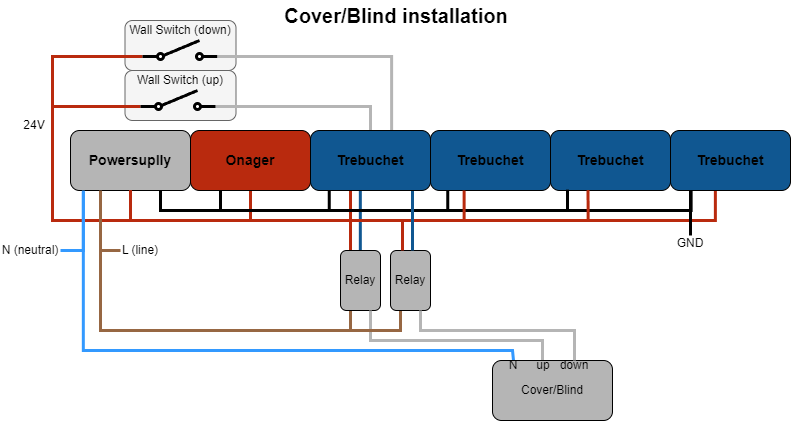
Feudal-Project/OpenDINRail keeps this draw.io diagram as images/OpenDINRail-simple-schematic-cover.png. Above is the earlier version. Source tidied: cells renumbered, new cells last; positions are measured from the earlier drawing's top-left corner, leaving out a move shared by most shapes. The source it was exported from:
```xml
<mxGraphModel>
  <root>
    <mxCell id="0" />
    <mxCell id="1" parent="0" />
    <mxCell id="2" style="rounded=1;whiteSpace=wrap;html=1;fillColor=#f5f5f5;fontColor=#333333;strokeColor=#666666;" parent="1" vertex="1">
      <mxGeometry x="124.5" y="70" width="111" height="50" as="geometry" />
    </mxCell>
    <mxCell id="3" style="rounded=1;whiteSpace=wrap;html=1;fillColor=#f5f5f5;fontColor=#333333;strokeColor=#666666;" parent="1" vertex="1">
      <mxGeometry x="124.5" y="20" width="111" height="50" as="geometry" />
    </mxCell>
    <mxCell id="4" style="edgeStyle=orthogonalEdgeStyle;rounded=0;jettySize=auto;html=1;exitX=0.75;exitY=1;exitDx=0;exitDy=0;entryX=0.25;entryY=1;entryDx=0;entryDy=0;endArrow=none;endFill=0;strokeWidth=3;" parent="1" edge="1" source="9" target="10">
      <mxGeometry relative="1" as="geometry" />
    </mxCell>
    <mxCell id="5" style="edgeStyle=orthogonalEdgeStyle;rounded=0;jettySize=auto;html=1;exitX=0.5;exitY=1;exitDx=0;exitDy=0;entryX=0.5;entryY=1;entryDx=0;entryDy=0;endArrow=none;endFill=0;strokeColor=#B92A0E;strokeWidth=3;" parent="1" edge="1" source="9" target="10">
      <mxGeometry relative="1" as="geometry">
        <Array as="points">
          <mxPoint x="130" y="220" />
          <mxPoint x="250" y="220" />
        </Array>
      </mxGeometry>
    </mxCell>
    <mxCell id="6" style="edgeStyle=orthogonalEdgeStyle;rounded=0;jettySize=auto;html=1;exitX=0.5;exitY=1;exitDx=0;exitDy=0;entryX=0.333;entryY=0.974;entryDx=0;entryDy=0;entryPerimeter=0;endArrow=none;endFill=0;strokeColor=#B92A0E;strokeWidth=3;" parent="1" edge="1" source="9" target="51">
      <mxGeometry relative="1" as="geometry">
        <Array as="points">
          <mxPoint x="130" y="220" />
          <mxPoint x="350" y="220" />
        </Array>
      </mxGeometry>
    </mxCell>
    <mxCell id="7" style="edgeStyle=orthogonalEdgeStyle;rounded=0;jettySize=auto;html=1;exitX=0.25;exitY=1;exitDx=0;exitDy=0;endArrow=none;endFill=0;strokeColor=#976743;entryX=0;entryY=0.5;entryDx=0;entryDy=0;strokeWidth=3;" parent="1" edge="1" source="9" target="27">
      <mxGeometry relative="1" as="geometry">
        <Array as="points">
          <mxPoint x="100" y="250" />
        </Array>
      </mxGeometry>
    </mxCell>
    <mxCell id="8" style="edgeStyle=orthogonalEdgeStyle;rounded=0;jettySize=auto;html=1;exitX=0.5;exitY=1;exitDx=0;exitDy=0;entryX=0;entryY=0.8;entryDx=0;entryDy=0;endArrow=none;endFill=0;strokeColor=#B92A0E;strokeWidth=3;" parent="1" edge="1" source="9" target="31">
      <mxGeometry relative="1" as="geometry">
        <Array as="points">
          <mxPoint x="130" y="220" />
          <mxPoint x="52" y="220" />
          <mxPoint x="52" y="106" />
        </Array>
      </mxGeometry>
    </mxCell>
    <mxCell id="9" value="Powersuplly" style="rounded=1;whiteSpace=wrap;html=1;fontStyle=1;fontSize=14;fillColor=#B5B5B5;" parent="1" vertex="1">
      <mxGeometry x="70" y="130" width="120" height="60" as="geometry" />
    </mxCell>
    <mxCell id="10" value="Onager" style="rounded=1;whiteSpace=wrap;html=1;fillColor=#b92a0e;fontStyle=1;fontSize=14;" parent="1" vertex="1">
      <mxGeometry x="190" y="130" width="120" height="60" as="geometry" />
    </mxCell>
    <mxCell id="11" style="edgeStyle=orthogonalEdgeStyle;rounded=0;orthogonalLoop=1;jettySize=auto;html=1;exitX=0.5;exitY=1;exitDx=0;exitDy=0;entryX=0.75;entryY=0;entryDx=0;entryDy=0;endArrow=none;endFill=0;strokeColor=#105791;strokeWidth=3;" parent="1" edge="1">
      <mxGeometry relative="1" as="geometry">
        <mxPoint x="359.8" y="190" as="sourcePoint" />
        <mxPoint x="359.8" y="250" as="targetPoint" />
      </mxGeometry>
    </mxCell>
    <mxCell id="12" style="edgeStyle=orthogonalEdgeStyle;rounded=0;jettySize=auto;html=1;exitX=0.5;exitY=0;exitDx=0;exitDy=0;entryX=1;entryY=0.8;entryDx=0;entryDy=0;endArrow=none;endFill=0;strokeColor=#B5B5B5;strokeWidth=3;" parent="1" edge="1" source="51" target="31">
      <mxGeometry relative="1" as="geometry">
        <Array as="points">
          <mxPoint x="370" y="106" />
        </Array>
      </mxGeometry>
    </mxCell>
    <mxCell id="13" value="Trebuchet" style="rounded=1;whiteSpace=wrap;html=1;fillColor=#105791;fontStyle=1;fontSize=14;" parent="1" vertex="1">
      <mxGeometry x="430" y="130" width="120" height="60" as="geometry" />
    </mxCell>
    <mxCell id="14" value="Trebuchet" style="rounded=1;whiteSpace=wrap;html=1;fillColor=#105791;fontStyle=1;fontSize=14;" parent="1" vertex="1">
      <mxGeometry x="550" y="130" width="120" height="60" as="geometry" />
    </mxCell>
    <mxCell id="15" value="Trebuchet" style="rounded=1;whiteSpace=wrap;html=1;fillColor=#105791;fontStyle=1;fontSize=14;" parent="1" vertex="1">
      <mxGeometry x="670" y="130" width="120" height="60" as="geometry" />
    </mxCell>
    <mxCell id="16" style="edgeStyle=orthogonalEdgeStyle;rounded=0;jettySize=auto;html=1;exitX=0.25;exitY=0;exitDx=0;exitDy=0;entryX=0.5;entryY=1;entryDx=0;entryDy=0;endArrow=none;endFill=0;strokeColor=#B92A0E;strokeWidth=3;" parent="1" edge="1" source="18" target="9">
      <mxGeometry relative="1" as="geometry">
        <Array as="points">
          <mxPoint x="350" y="220" />
          <mxPoint x="130" y="220" />
        </Array>
      </mxGeometry>
    </mxCell>
    <mxCell id="17" style="edgeStyle=orthogonalEdgeStyle;rounded=0;jettySize=auto;html=1;exitX=0.25;exitY=1;exitDx=0;exitDy=0;entryX=0.25;entryY=1;entryDx=0;entryDy=0;endArrow=none;endFill=0;strokeColor=#976743;strokeWidth=3;" parent="1" edge="1" source="18" target="9">
      <mxGeometry relative="1" as="geometry" />
    </mxCell>
    <mxCell id="18" value="Relay" style="rounded=1;whiteSpace=wrap;html=1;fillColor=#B5B5B5;" parent="1" vertex="1">
      <mxGeometry x="340" y="250" width="40" height="60" as="geometry" />
    </mxCell>
    <mxCell id="19" style="edgeStyle=orthogonalEdgeStyle;rounded=0;jettySize=auto;html=1;exitX=0.75;exitY=1;exitDx=0;exitDy=0;entryX=0.156;entryY=0.988;entryDx=0;entryDy=0;entryPerimeter=0;endArrow=none;endFill=0;strokeWidth=3;" parent="1" edge="1" source="9" target="51">
      <mxGeometry relative="1" as="geometry" />
    </mxCell>
    <mxCell id="20" style="edgeStyle=orthogonalEdgeStyle;rounded=0;jettySize=auto;html=1;exitX=0.75;exitY=1;exitDx=0;exitDy=0;entryX=0.144;entryY=1.008;entryDx=0;entryDy=0;entryPerimeter=0;endArrow=none;endFill=0;strokeWidth=3;" parent="1" edge="1" source="9" target="13">
      <mxGeometry relative="1" as="geometry" />
    </mxCell>
    <mxCell id="21" style="edgeStyle=orthogonalEdgeStyle;rounded=0;jettySize=auto;html=1;exitX=0.75;exitY=1;exitDx=0;exitDy=0;entryX=0.142;entryY=0.985;entryDx=0;entryDy=0;entryPerimeter=0;endArrow=none;endFill=0;strokeWidth=3;" parent="1" edge="1" source="9" target="14">
      <mxGeometry relative="1" as="geometry" />
    </mxCell>
    <mxCell id="22" style="edgeStyle=orthogonalEdgeStyle;rounded=0;jettySize=auto;html=1;exitX=0.75;exitY=1;exitDx=0;exitDy=0;entryX=0.172;entryY=0.994;entryDx=0;entryDy=0;entryPerimeter=0;endArrow=none;endFill=0;strokeWidth=3;" parent="1" edge="1" source="9" target="15">
      <mxGeometry relative="1" as="geometry" />
    </mxCell>
    <mxCell id="23" style="edgeStyle=orthogonalEdgeStyle;rounded=0;jettySize=auto;html=1;exitX=0.5;exitY=1;exitDx=0;exitDy=0;entryX=0.28;entryY=1;entryDx=0;entryDy=0;entryPerimeter=0;endArrow=none;endFill=0;strokeColor=#B92A0E;strokeWidth=3;" parent="1" edge="1" source="9" target="13">
      <mxGeometry relative="1" as="geometry">
        <Array as="points">
          <mxPoint x="130" y="220" />
          <mxPoint x="464" y="220" />
        </Array>
      </mxGeometry>
    </mxCell>
    <mxCell id="24" style="edgeStyle=orthogonalEdgeStyle;rounded=0;jettySize=auto;html=1;exitX=0.5;exitY=1;exitDx=0;exitDy=0;entryX=0.313;entryY=0.994;entryDx=0;entryDy=0;entryPerimeter=0;endArrow=none;endFill=0;strokeColor=#B92A0E;strokeWidth=3;" parent="1" edge="1" source="9" target="14">
      <mxGeometry relative="1" as="geometry">
        <Array as="points">
          <mxPoint x="130" y="220" />
          <mxPoint x="588" y="220" />
        </Array>
      </mxGeometry>
    </mxCell>
    <mxCell id="25" style="edgeStyle=orthogonalEdgeStyle;rounded=0;jettySize=auto;html=1;exitX=0.5;exitY=1;exitDx=0;exitDy=0;entryX=0.374;entryY=1.008;entryDx=0;entryDy=0;entryPerimeter=0;strokeColor=#B92A0E;endArrow=none;endFill=0;strokeWidth=3;" parent="1" edge="1" source="9" target="15">
      <mxGeometry relative="1" as="geometry">
        <Array as="points">
          <mxPoint x="130" y="220" />
          <mxPoint x="715" y="220" />
        </Array>
      </mxGeometry>
    </mxCell>
    <mxCell id="26" style="edgeStyle=orthogonalEdgeStyle;rounded=0;jettySize=auto;html=1;exitX=0.75;exitY=1;exitDx=0;exitDy=0;entryX=0.5;entryY=0;entryDx=0;entryDy=0;endArrow=none;endFill=0;strokeColor=#B5B5B5;strokeWidth=3;" parent="1" edge="1" source="18" target="43">
      <mxGeometry relative="1" as="geometry">
        <Array as="points">
          <mxPoint x="370" y="340" />
          <mxPoint x="542" y="340" />
          <mxPoint x="542" y="360" />
        </Array>
      </mxGeometry>
    </mxCell>
    <mxCell id="27" value="L (line)" style="text;html=1;align=center;verticalAlign=middle;whiteSpace=wrap;rounded=0;" parent="1" vertex="1">
      <mxGeometry x="120" y="240" width="40" height="20" as="geometry" />
    </mxCell>
    <mxCell id="28" style="endArrow=none;html=1;rounded=0;exitX=0.5;exitY=0;exitDx=0;exitDy=0;edgeStyle=orthogonalEdgeStyle;entryX=0.107;entryY=1;entryDx=0;entryDy=0;entryPerimeter=0;endFill=0;strokeColor=#3399FF;strokeWidth=3;" parent="1" edge="1" source="45" target="9">
      <mxGeometry relative="1" as="geometry">
        <Array as="points">
          <mxPoint x="512" y="360" />
          <mxPoint x="512" y="350" />
          <mxPoint x="83" y="350" />
        </Array>
      </mxGeometry>
    </mxCell>
    <mxCell id="29" style="endArrow=none;html=1;rounded=0;entryX=0.107;entryY=1.02;entryDx=0;entryDy=0;entryPerimeter=0;edgeStyle=orthogonalEdgeStyle;strokeColor=#3399FF;strokeWidth=3;exitX=1;exitY=0.5;exitDx=0;exitDy=0;" parent="1" edge="1" source="30" target="9">
      <mxGeometry relative="1" as="geometry">
        <Array as="points">
          <mxPoint x="83" y="250" />
        </Array>
      </mxGeometry>
    </mxCell>
    <mxCell id="30" value="N (neutral)" style="text;html=1;align=center;verticalAlign=middle;whiteSpace=wrap;rounded=0;" parent="1" vertex="1">
      <mxGeometry y="240" width="60" height="20" as="geometry" />
    </mxCell>
    <mxCell id="31" style="html=1;shape=mxgraph.electrical.electro-mechanical.singleSwitch;elSwitchState=off;strokeWidth=3;" parent="1" vertex="1">
      <mxGeometry x="140" y="90" width="75" height="20" as="geometry" />
    </mxCell>
    <mxCell id="32" value="Wall Switch (up)" style="text;html=1;align=center;verticalAlign=middle;whiteSpace=wrap;rounded=0;" parent="1" vertex="1">
      <mxGeometry x="135" y="70" width="90" height="20" as="geometry" />
    </mxCell>
    <mxCell id="33" value="24V" style="text;html=1;align=center;verticalAlign=middle;whiteSpace=wrap;rounded=0;" parent="1" vertex="1">
      <mxGeometry x="20" y="120" width="28" height="10" as="geometry" />
    </mxCell>
    <mxCell id="34" value="GND" style="text;html=1;align=center;verticalAlign=middle;whiteSpace=wrap;rounded=0;" parent="1" vertex="1">
      <mxGeometry x="670" y="235" width="40" height="15" as="geometry" />
    </mxCell>
    <mxCell id="35" style="endArrow=none;html=1;rounded=0;exitX=0.5;exitY=0;exitDx=0;exitDy=0;strokeWidth=3;" parent="1" edge="1" source="34">
      <mxGeometry relative="1" as="geometry">
        <mxPoint x="690" y="190" as="targetPoint" />
      </mxGeometry>
    </mxCell>
    <mxCell id="36" value="&lt;font style=&quot;font-size: 20px;&quot;&gt;&lt;b&gt;Cover/Blind installation&lt;/b&gt;&lt;/font&gt;" style="text;html=1;align=center;verticalAlign=middle;whiteSpace=wrap;rounded=0;" parent="1" vertex="1">
      <mxGeometry x="266" width="260" height="30" as="geometry" />
    </mxCell>
    <mxCell id="37" style="edgeStyle=orthogonalEdgeStyle;rounded=0;jettySize=auto;html=1;exitX=0.25;exitY=1;exitDx=0;exitDy=0;endArrow=none;endFill=0;strokeWidth=3;strokeColor=#976743;" parent="1" edge="1" source="38">
      <mxGeometry relative="1" as="geometry">
        <mxPoint x="322" y="330" as="targetPoint" />
        <Array as="points">
          <mxPoint x="400" y="330" />
        </Array>
      </mxGeometry>
    </mxCell>
    <mxCell id="38" value="Relay" style="rounded=1;whiteSpace=wrap;html=1;fillColor=#B5B5B5;" parent="1" vertex="1">
      <mxGeometry x="390" y="250" width="40" height="60" as="geometry" />
    </mxCell>
    <mxCell id="39" style="edgeStyle=orthogonalEdgeStyle;rounded=0;orthogonalLoop=1;jettySize=auto;html=1;exitX=0.5;exitY=1;exitDx=0;exitDy=0;entryX=0.75;entryY=0;entryDx=0;entryDy=0;endArrow=none;endFill=0;strokeColor=#105791;strokeWidth=3;" parent="1" edge="1">
      <mxGeometry relative="1" as="geometry">
        <mxPoint x="412" y="190" as="sourcePoint" />
        <mxPoint x="412" y="250" as="targetPoint" />
      </mxGeometry>
    </mxCell>
    <mxCell id="40" style="edgeStyle=orthogonalEdgeStyle;rounded=0;orthogonalLoop=1;jettySize=auto;html=1;entryX=0.75;entryY=0;entryDx=0;entryDy=0;endArrow=none;endFill=0;strokeColor=#B92A0E;strokeWidth=3;" parent="1" edge="1">
      <mxGeometry relative="1" as="geometry">
        <mxPoint x="402" y="220" as="sourcePoint" />
        <mxPoint x="402" y="250" as="targetPoint" />
      </mxGeometry>
    </mxCell>
    <mxCell id="41" style="group;fillColor=none;" parent="1" vertex="1">
      <mxGeometry x="492" y="360" width="120" height="60" as="geometry" />
    </mxCell>
    <mxCell id="42" value="Cover/Blind" style="rounded=1;whiteSpace=wrap;html=1;fillColor=#B5B5B5;" parent="41" vertex="1">
      <mxGeometry width="120" height="60" as="geometry" />
    </mxCell>
    <mxCell id="43" value="up" style="text;html=1;align=center;verticalAlign=middle;whiteSpace=wrap;rounded=0;" parent="41" vertex="1">
      <mxGeometry x="40" width="22" height="10" as="geometry" />
    </mxCell>
    <mxCell id="44" value="down" style="text;html=1;align=center;verticalAlign=middle;whiteSpace=wrap;rounded=0;" parent="41" vertex="1">
      <mxGeometry x="71" width="22" height="10" as="geometry" />
    </mxCell>
    <mxCell id="45" value="N" style="text;html=1;align=center;verticalAlign=middle;whiteSpace=wrap;rounded=0;" parent="41" vertex="1">
      <mxGeometry x="10" width="22" height="10" as="geometry" />
    </mxCell>
    <mxCell id="46" style="edgeStyle=orthogonalEdgeStyle;rounded=0;jettySize=auto;html=1;exitX=0.75;exitY=1;exitDx=0;exitDy=0;entryX=0.5;entryY=0;entryDx=0;entryDy=0;endArrow=none;endFill=0;strokeColor=#B5B5B5;strokeWidth=3;" parent="1" edge="1" source="38" target="44">
      <mxGeometry relative="1" as="geometry">
        <Array as="points">
          <mxPoint x="420" y="330" />
          <mxPoint x="574" y="330" />
        </Array>
      </mxGeometry>
    </mxCell>
    <mxCell id="47" style="edgeStyle=orthogonalEdgeStyle;rounded=0;jettySize=auto;html=1;exitX=0;exitY=0.8;exitDx=0;exitDy=0;endArrow=none;endFill=0;strokeColor=#B92A0E;strokeWidth=3;" parent="1" edge="1" source="48">
      <mxGeometry relative="1" as="geometry">
        <mxPoint x="52" y="220" as="targetPoint" />
        <Array as="points">
          <mxPoint x="52" y="56" />
        </Array>
      </mxGeometry>
    </mxCell>
    <mxCell id="48" style="html=1;shape=mxgraph.electrical.electro-mechanical.singleSwitch;elSwitchState=off;strokeWidth=3;" parent="1" vertex="1">
      <mxGeometry x="142" y="40" width="75" height="20" as="geometry" />
    </mxCell>
    <mxCell id="49" value="Wall Switch (down)" style="text;html=1;align=center;verticalAlign=middle;whiteSpace=wrap;rounded=0;" parent="1" vertex="1">
      <mxGeometry x="123.5" y="20" width="112" height="20" as="geometry" />
    </mxCell>
    <mxCell id="50" style="edgeStyle=orthogonalEdgeStyle;rounded=0;jettySize=auto;html=1;exitX=1;exitY=0.8;exitDx=0;exitDy=0;entryX=0.676;entryY=0.01;entryDx=0;entryDy=0;entryPerimeter=0;endArrow=none;endFill=0;strokeWidth=3;strokeColor=#B5B5B5;" parent="1" edge="1" source="48" target="51">
      <mxGeometry relative="1" as="geometry" />
    </mxCell>
    <mxCell id="51" value="Trebuchet" style="rounded=1;whiteSpace=wrap;html=1;fillColor=#105791;fontStyle=1;fontSize=14;" parent="1" vertex="1">
      <mxGeometry x="310" y="130" width="120" height="60" as="geometry" />
    </mxCell>
  </root>
</mxGraphModel>
```
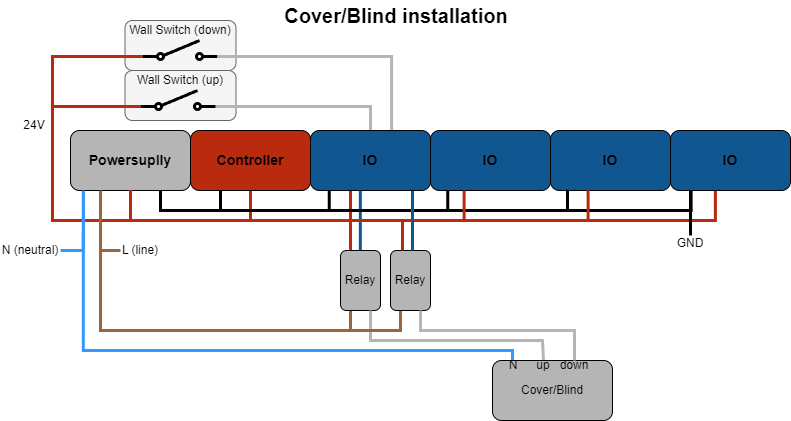
Above is the later version.

What changed in the source:
```diff
@@ -46,7 +46,7 @@
     <mxCell id="9" value="Powersuplly" style="rounded=1;whiteSpace=wrap;html=1;fontStyle=1;fontSize=14;fillColor=#B5B5B5;" parent="1" vertex="1">
       <mxGeometry x="70" y="130" width="120" height="60" as="geometry" />
     </mxCell>
-    <mxCell id="10" value="Onager" style="rounded=1;whiteSpace=wrap;html=1;fillColor=#b92a0e;fontStyle=1;fontSize=14;" parent="1" vertex="1">
+    <mxCell id="10" value="Controller" style="rounded=1;whiteSpace=wrap;html=1;fillColor=#b92a0e;fontStyle=1;fontSize=14;" parent="1" vertex="1">
       <mxGeometry x="190" y="130" width="120" height="60" as="geometry" />
     </mxCell>
     <mxCell id="11" style="edgeStyle=orthogonalEdgeStyle;rounded=0;orthogonalLoop=1;jettySize=auto;html=1;exitX=0.5;exitY=1;exitDx=0;exitDy=0;entryX=0.75;entryY=0;entryDx=0;entryDy=0;endArrow=none;endFill=0;strokeColor=#105791;strokeWidth=3;" parent="1" edge="1">
@@ -62,13 +62,13 @@
         </Array>
       </mxGeometry>
     </mxCell>
-    <mxCell id="13" value="Trebuchet" style="rounded=1;whiteSpace=wrap;html=1;fillColor=#105791;fontStyle=1;fontSize=14;" parent="1" vertex="1">
+    <mxCell id="13" value="IO" style="rounded=1;whiteSpace=wrap;html=1;fillColor=#105791;fontStyle=1;fontSize=14;" parent="1" vertex="1">
       <mxGeometry x="430" y="130" width="120" height="60" as="geometry" />
     </mxCell>
-    <mxCell id="14" value="Trebuchet" style="rounded=1;whiteSpace=wrap;html=1;fillColor=#105791;fontStyle=1;fontSize=14;" parent="1" vertex="1">
+    <mxCell id="14" value="IO" style="rounded=1;whiteSpace=wrap;html=1;fillColor=#105791;fontStyle=1;fontSize=14;" parent="1" vertex="1">
       <mxGeometry x="550" y="130" width="120" height="60" as="geometry" />
     </mxCell>
-    <mxCell id="15" value="Trebuchet" style="rounded=1;whiteSpace=wrap;html=1;fillColor=#105791;fontStyle=1;fontSize=14;" parent="1" vertex="1">
+    <mxCell id="15" value="IO" style="rounded=1;whiteSpace=wrap;html=1;fillColor=#105791;fontStyle=1;fontSize=14;" parent="1" vertex="1">
       <mxGeometry x="670" y="130" width="120" height="60" as="geometry" />
     </mxCell>
     <mxCell id="16" style="edgeStyle=orthogonalEdgeStyle;rounded=0;jettySize=auto;html=1;exitX=0.25;exitY=0;exitDx=0;exitDy=0;entryX=0.5;entryY=1;entryDx=0;entryDy=0;endArrow=none;endFill=0;strokeColor=#B92A0E;strokeWidth=3;" parent="1" edge="1" source="18" target="9">
@@ -235,7 +235,7 @@
     <mxCell id="50" style="edgeStyle=orthogonalEdgeStyle;rounded=0;jettySize=auto;html=1;exitX=1;exitY=0.8;exitDx=0;exitDy=0;entryX=0.676;entryY=0.01;entryDx=0;entryDy=0;entryPerimeter=0;endArrow=none;endFill=0;strokeWidth=3;strokeColor=#B5B5B5;" parent="1" edge="1" source="48" target="51">
       <mxGeometry relative="1" as="geometry" />
     </mxCell>
-    <mxCell id="51" value="Trebuchet" style="rounded=1;whiteSpace=wrap;html=1;fillColor=#105791;fontStyle=1;fontSize=14;" parent="1" vertex="1">
+    <mxCell id="51" value="IO" style="rounded=1;whiteSpace=wrap;html=1;fillColor=#105791;fontStyle=1;fontSize=14;" parent="1" vertex="1">
       <mxGeometry x="310" y="130" width="120" height="60" as="geometry" />
     </mxCell>
   </root>
```
